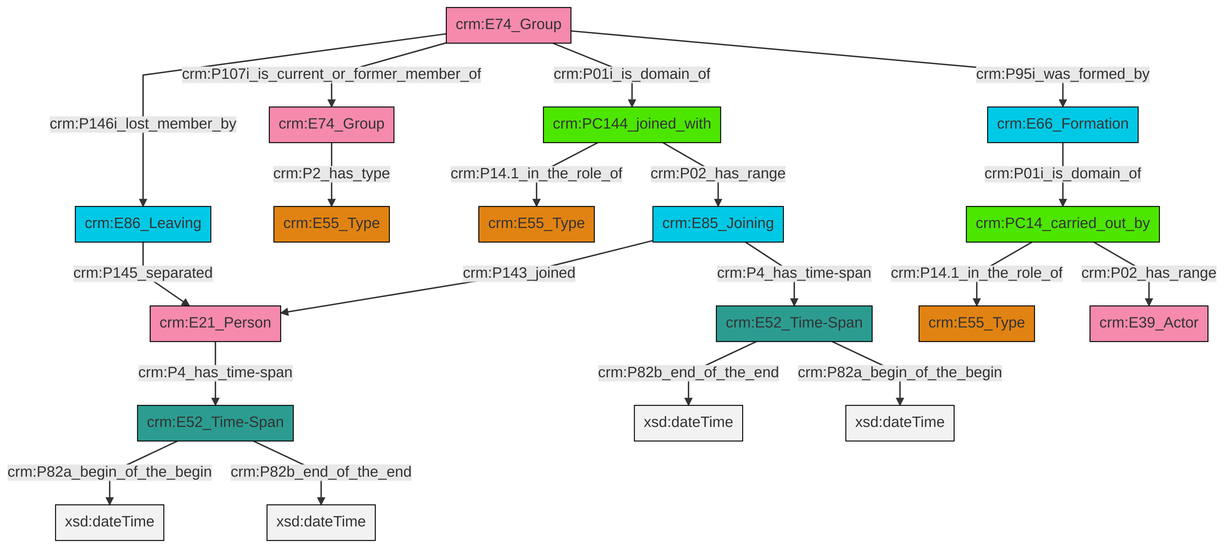
swiss-art-research-net/docs.swissartresearch keeps this Mermaid diagram as et/groupCSV/ttl/mmd/png/group_actor_relations.png. Above is the earlier version. Its source is kept beside it as et/groupCSV/ttl/mmd/group_actor_relations.ttl.mmd.
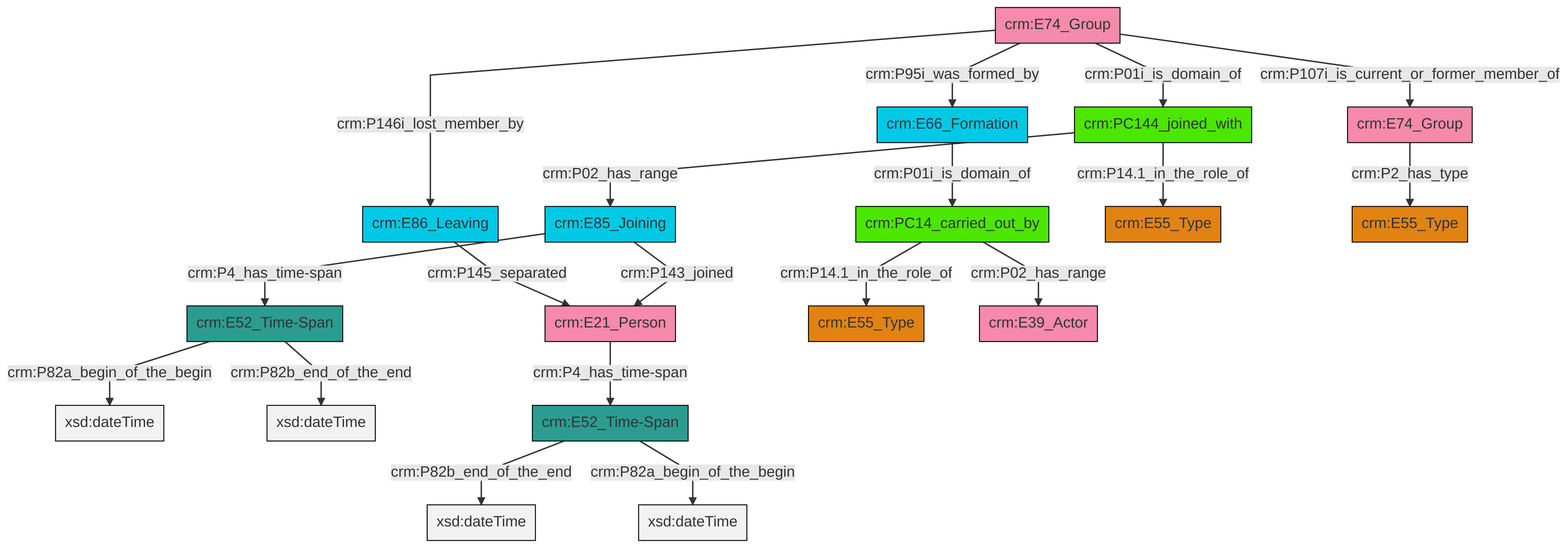
The same diagram one commit later.

What changed in the source:
```diff
@@ -13,21 +13,21 @@
 classDef PC_Classes fill:#4ce600, stroke:#000000;
 classDef Multi fill:#cccccc,stroke:#000000;
 
-2["crm:E21_Person"]:::Actor -->|crm:P4_has_time-span| 3["crm:E52_Time-Span"]:::Time-Span
-8["crm:E74_Group"]:::Actor -->|crm:P01i_is_domain_of| 9["crm:PC144_joined_with"]:::PC_Classes
-8["crm:E74_Group"]:::Actor -->|crm:P95i_was_formed_by| 4["crm:E66_Formation"]:::Temporal_Entity
-8["crm:E74_Group"]:::Actor -->|crm:P107i_is_current_or_former_member_of| 13["crm:E74_Group"]:::Actor
-14["crm:E86_Leaving"]:::Temporal_Entity -->|crm:P145_separated| 2["crm:E21_Person"]:::Actor
-9["crm:PC144_joined_with"]:::PC_Classes -->|crm:P02_has_range| 0["crm:E85_Joining"]:::Temporal_Entity
-4["crm:E66_Formation"]:::Temporal_Entity -->|crm:P01i_is_domain_of| 16["crm:PC14_carried_out_by"]:::PC_Classes
-17["crm:E52_Time-Span"]:::Time-Span -->|crm:P82b_end_of_the_end| 18[xsd:dateTime]:::Literal
-9["crm:PC144_joined_with"]:::PC_Classes -->|crm:P14.1_in_the_role_of| 11["crm:E55_Type"]:::Type
-0["crm:E85_Joining"]:::Temporal_Entity -->|crm:P143_joined| 2["crm:E21_Person"]:::Actor
-3["crm:E52_Time-Span"]:::Time-Span -->|crm:P82a_begin_of_the_begin| 25[xsd:dateTime]:::Literal
-8["crm:E74_Group"]:::Actor -->|crm:P146i_lost_member_by| 14["crm:E86_Leaving"]:::Temporal_Entity
-13["crm:E74_Group"]:::Actor -->|crm:P2_has_type| 6["crm:E55_Type"]:::Type
-17["crm:E52_Time-Span"]:::Time-Span -->|crm:P82a_begin_of_the_begin| 26[xsd:dateTime]:::Literal
-3["crm:E52_Time-Span"]:::Time-Span -->|crm:P82b_end_of_the_end| 30[xsd:dateTime]:::Literal
-16["crm:PC14_carried_out_by"]:::PC_Classes -->|crm:P02_has_range| 23["crm:E39_Actor"]:::Actor
-16["crm:PC14_carried_out_by"]:::PC_Classes -->|crm:P14.1_in_the_role_of| 20["crm:E55_Type"]:::Type
-0["crm:E85_Joining"]:::Temporal_Entity -->|crm:P4_has_time-span| 17["crm:E52_Time-Span"]:::Time-Span
+0["crm:E52_Time-Span"]:::Time-Span -->|crm:P82a_begin_of_the_begin| 1[xsd:dateTime]:::Literal
+2["crm:E74_Group"]:::Actor -->|crm:P146i_lost_member_by| 3["crm:E86_Leaving"]:::Temporal_Entity
+6["crm:E66_Formation"]:::Temporal_Entity -->|crm:P01i_is_domain_of| 7["crm:PC14_carried_out_by"]:::PC_Classes
+3["crm:E86_Leaving"]:::Temporal_Entity -->|crm:P145_separated| 4["crm:E21_Person"]:::Actor
+0["crm:E52_Time-Span"]:::Time-Span -->|crm:P82b_end_of_the_end| 10[xsd:dateTime]:::Literal
+13["crm:PC144_joined_with"]:::PC_Classes -->|crm:P14.1_in_the_role_of| 14["crm:E55_Type"]:::Type
+11["crm:E85_Joining"]:::Temporal_Entity -->|crm:P143_joined| 4["crm:E21_Person"]:::Actor
+4["crm:E21_Person"]:::Actor -->|crm:P4_has_time-span| 23["crm:E52_Time-Span"]:::Time-Span
+15["crm:E74_Group"]:::Actor -->|crm:P2_has_type| 24["crm:E55_Type"]:::Type
+23["crm:E52_Time-Span"]:::Time-Span -->|crm:P82b_end_of_the_end| 25[xsd:dateTime]:::Literal
+13["crm:PC144_joined_with"]:::PC_Classes -->|crm:P02_has_range| 11["crm:E85_Joining"]:::Temporal_Entity
+11["crm:E85_Joining"]:::Temporal_Entity -->|crm:P4_has_time-span| 0["crm:E52_Time-Span"]:::Time-Span
+23["crm:E52_Time-Span"]:::Time-Span -->|crm:P82a_begin_of_the_begin| 27[xsd:dateTime]:::Literal
+2["crm:E74_Group"]:::Actor -->|crm:P107i_is_current_or_former_member_of| 15["crm:E74_Group"]:::Actor
+7["crm:PC14_carried_out_by"]:::PC_Classes -->|crm:P14.1_in_the_role_of| 8["crm:E55_Type"]:::Type
+7["crm:PC14_carried_out_by"]:::PC_Classes -->|crm:P02_has_range| 17["crm:E39_Actor"]:::Actor
+2["crm:E74_Group"]:::Actor -->|crm:P95i_was_formed_by| 6["crm:E66_Formation"]:::Temporal_Entity
+2["crm:E74_Group"]:::Actor -->|crm:P01i_is_domain_of| 13["crm:PC144_joined_with"]:::PC_Classes
```
